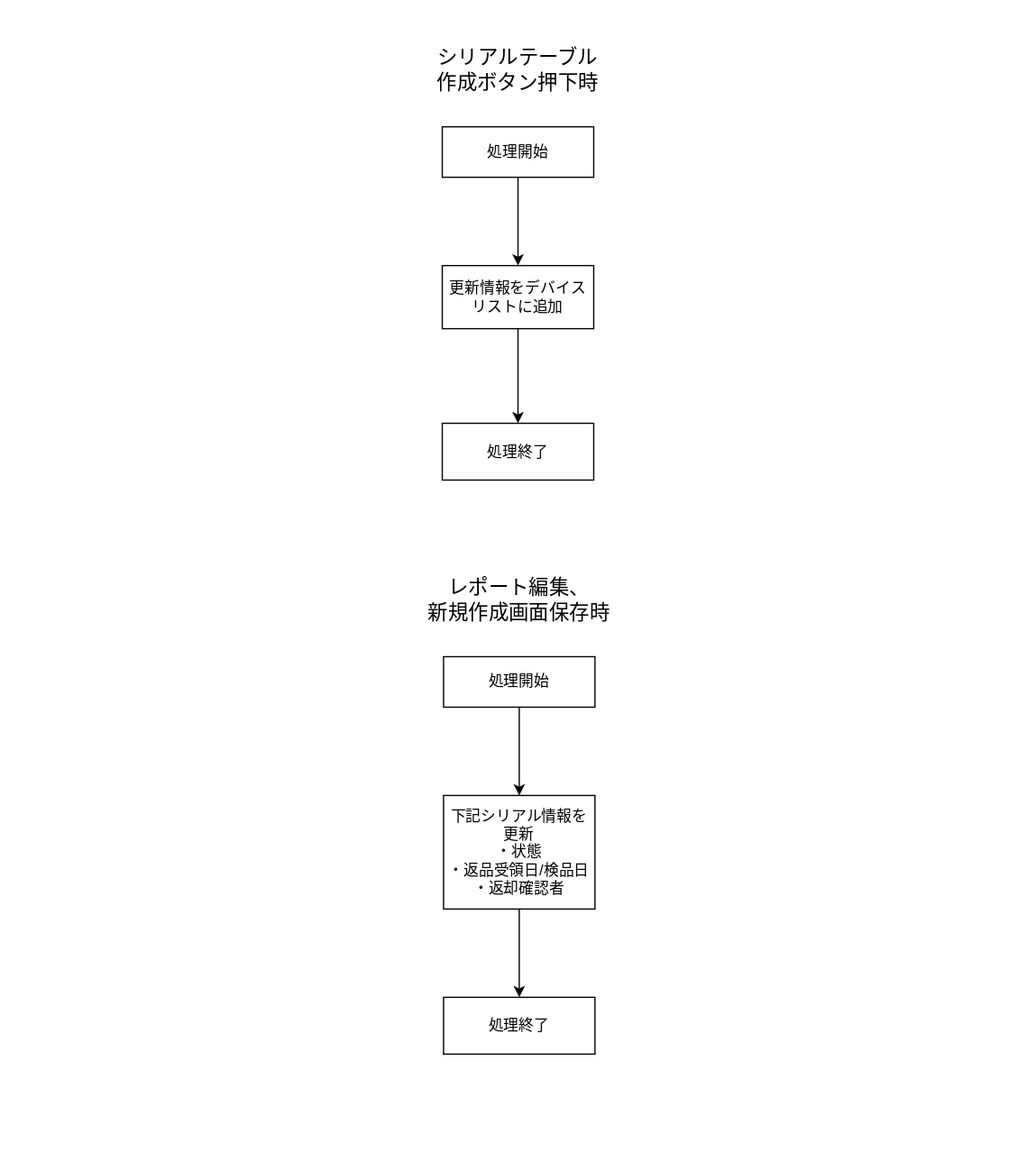
This is docs/images/return.drawio.svg from kintone-dev/kintone_mng-prod, a draw.io export, as it was before one commit. Source tidied: cells renumbered, new cells last; positions are measured from the earlier drawing's top-left corner, leaving out a move shared by most shapes. Its diagram source:
```xml
<mxGraphModel>
  <root>
    <mxCell id="0" />
    <mxCell id="1" value="背景" parent="0" />
    <mxCell id="2" style="rounded=0;whiteSpace=wrap;html=1;strokeColor=none;" parent="1" vertex="1">
      <mxGeometry width="820" height="920" as="geometry" />
    </mxCell>
    <mxCell id="3" value="フローチャート" parent="0" />
    <mxCell id="4" value="レポート編集、&lt;br style=&quot;font-size: 16px&quot;&gt;新規作成画面保存時" style="text;html=1;strokeColor=none;fillColor=none;align=center;verticalAlign=middle;whiteSpace=wrap;rounded=0;fontSize=16;" parent="3" vertex="1">
      <mxGeometry x="331" y="460" width="160" height="30" as="geometry" />
    </mxCell>
    <mxCell id="5" style="edgeStyle=none;html=1;" parent="3" edge="1" source="6" target="8">
      <mxGeometry relative="1" as="geometry" />
    </mxCell>
    <mxCell id="6" value="処理開始" style="rounded=0;whiteSpace=wrap;html=1;fontSize=12;" parent="3" vertex="1">
      <mxGeometry x="351" y="520" width="120" height="40" as="geometry" />
    </mxCell>
    <mxCell id="7" style="edgeStyle=none;html=1;" parent="3" edge="1" source="8" target="9">
      <mxGeometry relative="1" as="geometry" />
    </mxCell>
    <mxCell id="8" value="下記シリアル情報を更新&lt;br&gt;・状態&lt;br&gt;・返品受領日/検品日&lt;br&gt;・返却確認者" style="whiteSpace=wrap;html=1;fillColor=rgb(255, 255, 255);strokeColor=rgb(0, 0, 0);fontColor=rgb(0, 0, 0);rounded=0;" parent="3" vertex="1">
      <mxGeometry x="351" y="630" width="120" height="90" as="geometry" />
    </mxCell>
    <mxCell id="9" value="処理終了" style="whiteSpace=wrap;html=1;fillColor=rgb(255, 255, 255);strokeColor=rgb(0, 0, 0);fontColor=rgb(0, 0, 0);rounded=0;" parent="3" vertex="1">
      <mxGeometry x="351" y="790" width="120" height="45" as="geometry" />
    </mxCell>
    <mxCell id="10" value="シリアルテーブル&lt;br&gt;作成ボタン押下時" style="text;html=1;strokeColor=none;fillColor=none;align=center;verticalAlign=middle;whiteSpace=wrap;rounded=0;fontSize=16;" parent="3" vertex="1">
      <mxGeometry x="330" y="40" width="160" height="30" as="geometry" />
    </mxCell>
    <mxCell id="11" style="edgeStyle=none;html=1;" parent="3" edge="1" source="12" target="14">
      <mxGeometry relative="1" as="geometry" />
    </mxCell>
    <mxCell id="12" value="処理開始" style="rounded=0;whiteSpace=wrap;html=1;fontSize=12;" parent="3" vertex="1">
      <mxGeometry x="350" y="100" width="120" height="40" as="geometry" />
    </mxCell>
    <mxCell id="13" style="edgeStyle=none;html=1;" parent="3" edge="1" source="14" target="15">
      <mxGeometry relative="1" as="geometry" />
    </mxCell>
    <mxCell id="14" value="更新情報をデバイスリストに追加" style="whiteSpace=wrap;html=1;fillColor=rgb(255, 255, 255);strokeColor=rgb(0, 0, 0);fontColor=rgb(0, 0, 0);rounded=0;" parent="3" vertex="1">
      <mxGeometry x="350" y="210" width="120" height="50" as="geometry" />
    </mxCell>
    <mxCell id="15" value="処理終了" style="whiteSpace=wrap;html=1;fillColor=rgb(255, 255, 255);strokeColor=rgb(0, 0, 0);fontColor=rgb(0, 0, 0);rounded=0;" parent="3" vertex="1">
      <mxGeometry x="350" y="335" width="120" height="45" as="geometry" />
    </mxCell>
  </root>
</mxGraphModel>
```
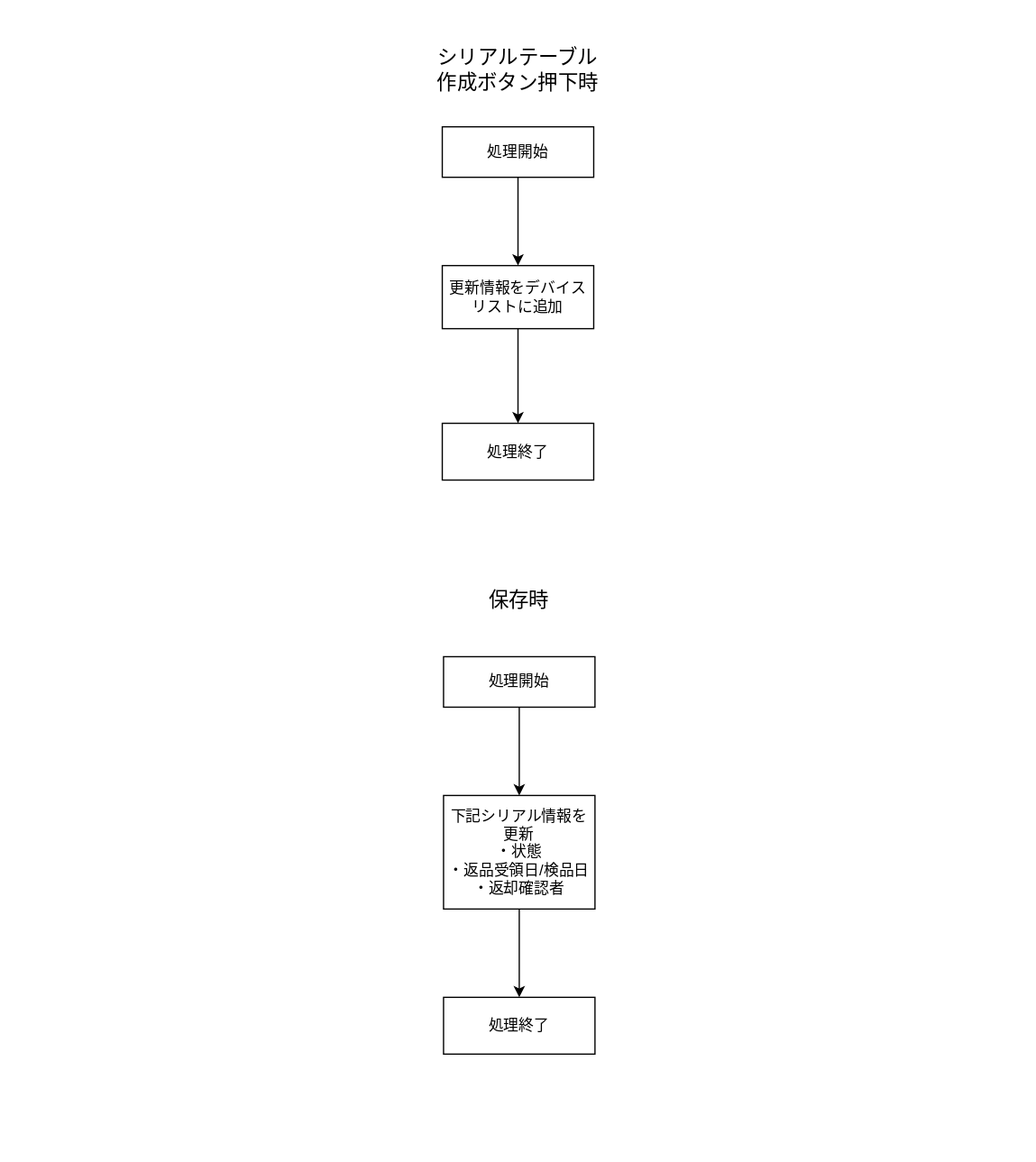
Above is the later version.

Change to the diagram source:
```diff
@@ -6,7 +6,7 @@
       <mxGeometry width="820" height="920" as="geometry" />
     </mxCell>
     <mxCell id="3" value="フローチャート" parent="0" />
-    <mxCell id="4" value="レポート編集、&lt;br style=&quot;font-size: 16px&quot;&gt;新規作成画面保存時" style="text;html=1;strokeColor=none;fillColor=none;align=center;verticalAlign=middle;whiteSpace=wrap;rounded=0;fontSize=16;" parent="3" vertex="1">
+    <mxCell id="4" value="保存時" style="text;html=1;strokeColor=none;fillColor=none;align=center;verticalAlign=middle;whiteSpace=wrap;rounded=0;fontSize=16;" parent="3" vertex="1">
       <mxGeometry x="331" y="460" width="160" height="30" as="geometry" />
     </mxCell>
     <mxCell id="5" style="edgeStyle=none;html=1;" parent="3" edge="1" source="6" target="8">
```
